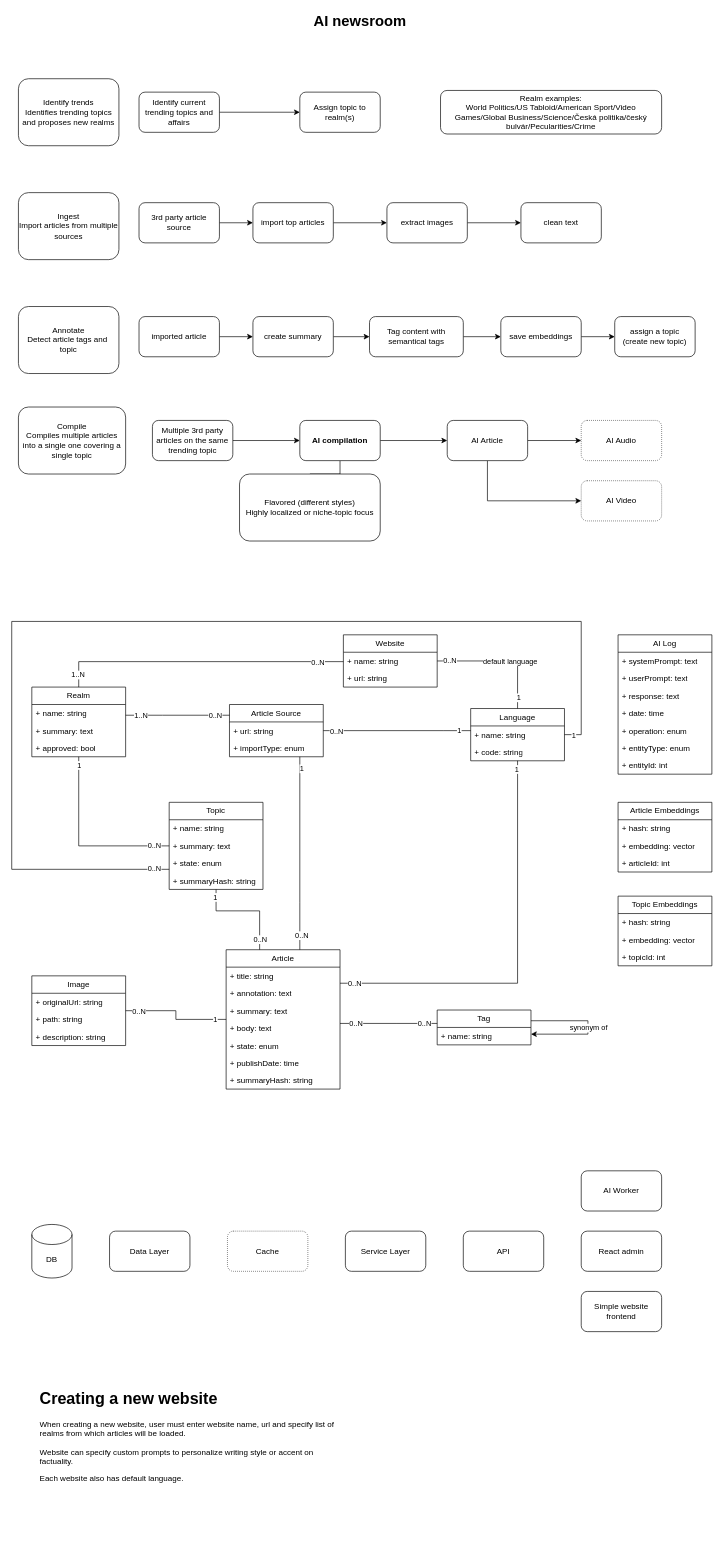
Earlier version of the draw.io diagram doc/WorldNews.drawio (lotcz/world-news). Source tidied: cells renumbered, new cells numbered last; positions are measured from the earlier drawing's top-left corner, leaving out a move shared by most shapes. Both pictures are drawn from the tidied source at 67%, with x=0, y=0 at pixel (11, 11).
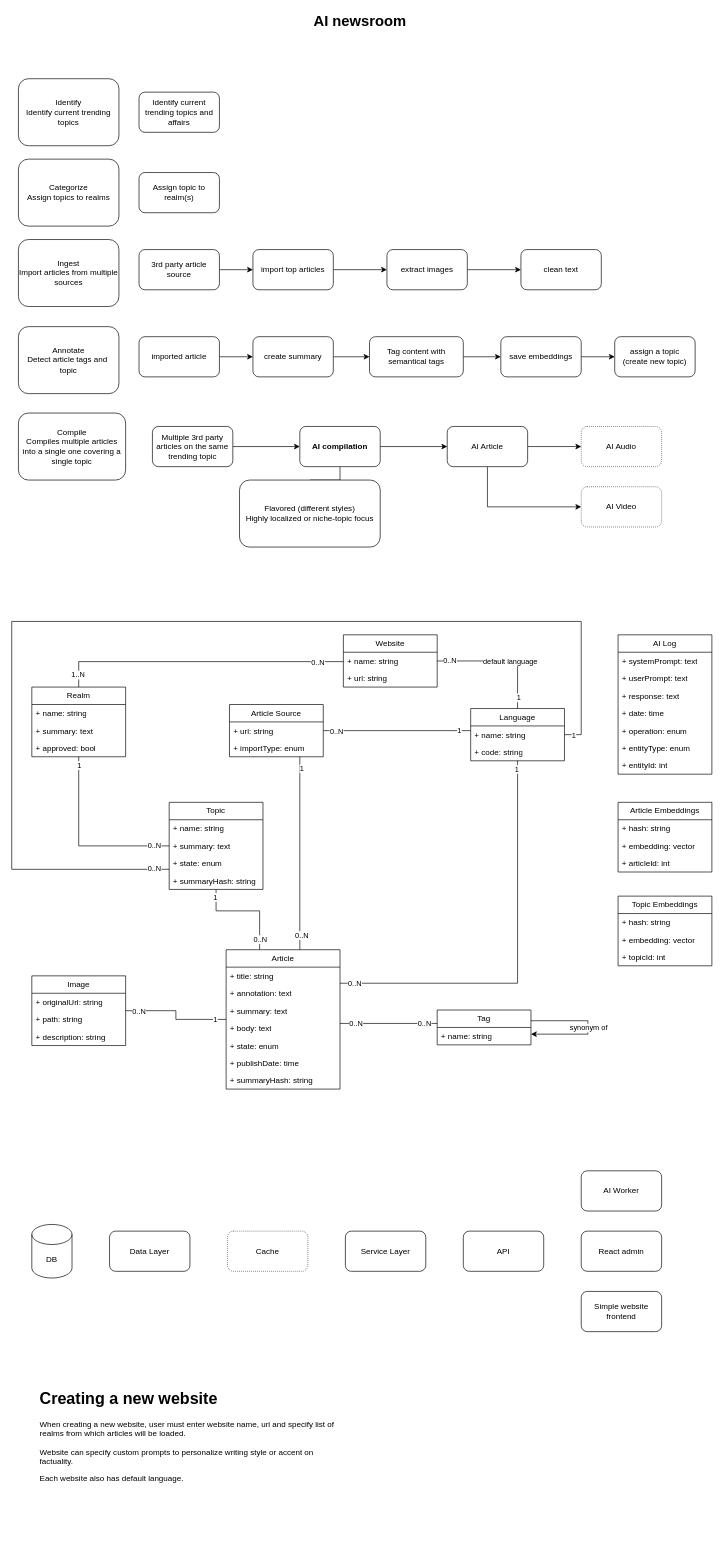
The same diagram, later.

The change refers to these unchanged cells:
```xml
<mxCell id="10" value="Identify current trending topics and affairs" style="rounded=1;whiteSpace=wrap;html=1;" parent="1" vertex="1">
  <mxGeometry x="190" y="120" width="120" height="60" as="geometry" />
</mxCell>
<mxCell id="42" value="Article Source" style="swimlane;fontStyle=0;horizontal=1;startSize=26;fillColor=none;whiteSpace=wrap;html=1;" parent="1" vertex="1">
  <mxGeometry x="325" y="1034" width="140" height="78" as="geometry" />
</mxCell>
<mxCell id="68" value="Realm" style="swimlane;fontStyle=0;horizontal=1;startSize=26;fillColor=none;whiteSpace=wrap;html=1;" parent="1" vertex="1">
  <mxGeometry x="30" y="1008" width="140" height="104" as="geometry" />
</mxCell>
```

Change to the diagram source:
```diff
@@
     <mxCell id="5" value="AI compilation" style="whiteSpace=wrap;html=1;rounded=1;fontStyle=1;" parent="1" vertex="1">
-      <mxGeometry x="430" y="610" width="120" height="60" as="geometry" />
+      <mxGeometry x="430" y="619" width="120" height="60" as="geometry" />
     </mxCell>
@@
     <mxCell id="7" style="edgeStyle=orthogonalEdgeStyle;rounded=0;jettySize=auto;html=1;" parent="1" edge="1" source="8" target="97">
       <mxGeometry relative="1" as="geometry">
         <Array as="points">
-          <mxPoint x="710" y="730" />
+          <mxPoint x="710" y="739" />
         </Array>
       </mxGeometry>
     </mxCell>
     <mxCell id="8" value="AI Article" style="whiteSpace=wrap;html=1;rounded=1;" parent="1" vertex="1">
-      <mxGeometry x="650" y="610" width="120" height="60" as="geometry" />
+      <mxGeometry x="650" y="619" width="120" height="60" as="geometry" />
     </mxCell>
-    <mxCell id="9" style="edgeStyle=orthogonalEdgeStyle;rounded=0;jettySize=auto;html=1;" parent="1" edge="1" source="10" target="11">
-      <mxGeometry relative="1" as="geometry" />
-    </mxCell>
@@
-    <mxCell id="11" value="Assign topic to realm(s)" style="rounded=1;whiteSpace=wrap;html=1;" parent="1" vertex="1">
-      <mxGeometry x="430" y="120" width="120" height="60" as="geometry" />
-    </mxCell>
-    <mxCell id="12" value="Identify trends&lt;div&gt;Identifies trending topics and proposes new realms&lt;/div&gt;" style="rounded=1;whiteSpace=wrap;html=1;" parent="1" vertex="1">
+    <mxCell id="12" value="Identify&lt;div&gt;Identify current trending topics&lt;/div&gt;" style="rounded=1;whiteSpace=wrap;html=1;" parent="1" vertex="1">
       <mxGeometry x="10" y="100" width="150" height="100" as="geometry" />
     </mxCell>
     <mxCell id="13" value="Compile&lt;div&gt;Compiles multiple articles into a single one covering a single topic&lt;/div&gt;" style="rounded=1;whiteSpace=wrap;html=1;" parent="1" vertex="1">
-      <mxGeometry x="10" y="590" width="160" height="100" as="geometry" />
+      <mxGeometry x="10" y="599" width="160" height="100" as="geometry" />
     </mxCell>
     <mxCell id="14" value="Ingest&lt;br&gt;&lt;div&gt;Import articles from multiple sources&lt;/div&gt;" style="rounded=1;whiteSpace=wrap;html=1;" parent="1" vertex="1">
-      <mxGeometry x="10" y="270" width="150" height="100" as="geometry" />
+      <mxGeometry x="10" y="340" width="150" height="100" as="geometry" />
     </mxCell>
@@
     <mxCell id="16" value="3rd party article source" style="rounded=1;whiteSpace=wrap;html=1;flipH=1;" parent="1" vertex="1">
-      <mxGeometry x="190" y="285" width="120" height="60" as="geometry" />
+      <mxGeometry x="190" y="355" width="120" height="60" as="geometry" />
     </mxCell>
-    <mxCell id="17" value="&lt;div&gt;Realm examples:&lt;/div&gt;World Politics/US Tabloid/American Sport/Video Games/Global Business/Science/Česká politika/český bulvár/Pecularities/Crime" style="rounded=1;whiteSpace=wrap;html=1;" parent="1" vertex="1">
-      <mxGeometry x="640" y="117.5" width="330" height="65" as="geometry" />
-    </mxCell>
     <mxCell id="18" value="Multiple 3rd party articles on the same trending topic" style="rounded=1;whiteSpace=wrap;html=1;" parent="1" vertex="1">
-      <mxGeometry x="210" y="610" width="120" height="60" as="geometry" />
+      <mxGeometry x="210" y="619" width="120" height="60" as="geometry" />
     </mxCell>
@@
     <mxCell id="20" value="import top articles" style="rounded=1;whiteSpace=wrap;html=1;flipH=1;" parent="1" vertex="1">
-      <mxGeometry x="360" y="285" width="120" height="60" as="geometry" />
+      <mxGeometry x="360" y="355" width="120" height="60" as="geometry" />
     </mxCell>
     <mxCell id="21" value="AI Audio" style="whiteSpace=wrap;html=1;rounded=1;dashed=1;dashPattern=1 2;" parent="1" vertex="1">
-      <mxGeometry x="850" y="610" width="120" height="60" as="geometry" />
+      <mxGeometry x="850" y="619" width="120" height="60" as="geometry" />
     </mxCell>
@@
     <mxCell id="24" value="&lt;div&gt;Tag content with semantical tags&lt;/div&gt;" style="rounded=1;whiteSpace=wrap;html=1;" parent="1" vertex="1">
-      <mxGeometry x="534" y="455" width="140" height="60" as="geometry" />
+      <mxGeometry x="534" y="485" width="140" height="60" as="geometry" />
     </mxCell>
@@
-    <mxCell id="36" style="edgeStyle=orthogonalEdgeStyle;rounded=0;jettySize=auto;html=1;endArrow=none;endFill=0;" parent="1" edge="1" source="42" target="68">
-      <mxGeometry relative="1" as="geometry">
-        <Array as="points">
-          <mxPoint x="225" y="1050" />
-          <mxPoint x="225" y="1050" />
-        </Array>
-      </mxGeometry>
-    </mxCell>
-    <mxCell id="37" value="1..N" style="edgeLabel;html=1;align=center;verticalAlign=middle;" parent="36" vertex="1">
-      <mxGeometry x="0.72" y="1" relative="1" as="geometry">
-        <mxPoint y="-1" as="offset" />
-      </mxGeometry>
-    </mxCell>
-    <mxCell id="38" value="0..N" style="edgeLabel;html=1;align=center;verticalAlign=middle;fontFamily=Helvetica;fontSize=11;fontColor=default;labelBackgroundColor=default;" parent="36" vertex="1">
-      <mxGeometry x="-0.72" relative="1" as="geometry" />
-    </mxCell>
@@
     <mxCell id="79" value="Annotate&lt;br&gt;&lt;div&gt;Detect article tags and&amp;nbsp; topic&lt;/div&gt;" style="rounded=1;whiteSpace=wrap;html=1;" parent="1" vertex="1">
-      <mxGeometry x="10" y="440" width="150" height="100" as="geometry" />
+      <mxGeometry x="10" y="470" width="150" height="100" as="geometry" />
     </mxCell>
@@
     <mxCell id="81" value="imported article" style="rounded=1;whiteSpace=wrap;html=1;flipH=1;" parent="1" vertex="1">
-      <mxGeometry x="190" y="455" width="120" height="60" as="geometry" />
+      <mxGeometry x="190" y="485" width="120" height="60" as="geometry" />
     </mxCell>
@@
     <mxCell id="83" value="save embeddings" style="rounded=1;whiteSpace=wrap;html=1;flipH=1;" parent="1" vertex="1">
-      <mxGeometry x="730" y="455" width="120" height="60" as="geometry" />
+      <mxGeometry x="730" y="485" width="120" height="60" as="geometry" />
     </mxCell>
@@
     <mxCell id="97" value="AI Video" style="whiteSpace=wrap;html=1;rounded=1;dashed=1;dashPattern=1 2;" parent="1" vertex="1">
-      <mxGeometry x="850" y="700" width="120" height="60" as="geometry" />
+      <mxGeometry x="850" y="709" width="120" height="60" as="geometry" />
     </mxCell>
@@
     <mxCell id="99" value="create summary" style="rounded=1;whiteSpace=wrap;html=1;flipH=1;" parent="1" vertex="1">
-      <mxGeometry x="360" y="455" width="120" height="60" as="geometry" />
+      <mxGeometry x="360" y="485" width="120" height="60" as="geometry" />
     </mxCell>
@@
     <mxCell id="101" value="extract images" style="rounded=1;whiteSpace=wrap;html=1;flipH=1;" parent="1" vertex="1">
-      <mxGeometry x="560" y="285" width="120" height="60" as="geometry" />
+      <mxGeometry x="560" y="355" width="120" height="60" as="geometry" />
     </mxCell>
     <mxCell id="102" value="clean text" style="rounded=1;whiteSpace=wrap;html=1;flipH=1;" parent="1" vertex="1">
-      <mxGeometry x="760" y="285" width="120" height="60" as="geometry" />
+      <mxGeometry x="760" y="355" width="120" height="60" as="geometry" />
     </mxCell>
@@
     <mxCell id="107" value="Flavored (different styles)&lt;div&gt;Highly localized or niche-topic focus&lt;/div&gt;" style="whiteSpace=wrap;html=1;rounded=1;fontStyle=0;" parent="1" vertex="1">
-      <mxGeometry x="340" y="690" width="210" height="100" as="geometry" />
+      <mxGeometry x="340" y="699" width="210" height="100" as="geometry" />
     </mxCell>
@@
     <mxCell id="130" value="assign a topic&lt;div&gt;(create new topic)&lt;/div&gt;" style="rounded=1;whiteSpace=wrap;html=1;flipH=1;" parent="1" vertex="1">
-      <mxGeometry x="900" y="455" width="120" height="60" as="geometry" />
+      <mxGeometry x="900" y="485" width="120" height="60" as="geometry" />
     </mxCell>
+    <mxCell id="11" value="Assign topic to realm(s)" style="rounded=1;whiteSpace=wrap;html=1;" parent="1" vertex="1">
+      <mxGeometry x="190" y="240" width="120" height="60" as="geometry" />
+    </mxCell>
+    <mxCell id="131" value="Categorize&lt;div&gt;Assign topics to realms&lt;/div&gt;" style="rounded=1;whiteSpace=wrap;html=1;" parent="1" vertex="1">
+      <mxGeometry x="10" y="220" width="150" height="100" as="geometry" />
+    </mxCell>
```
